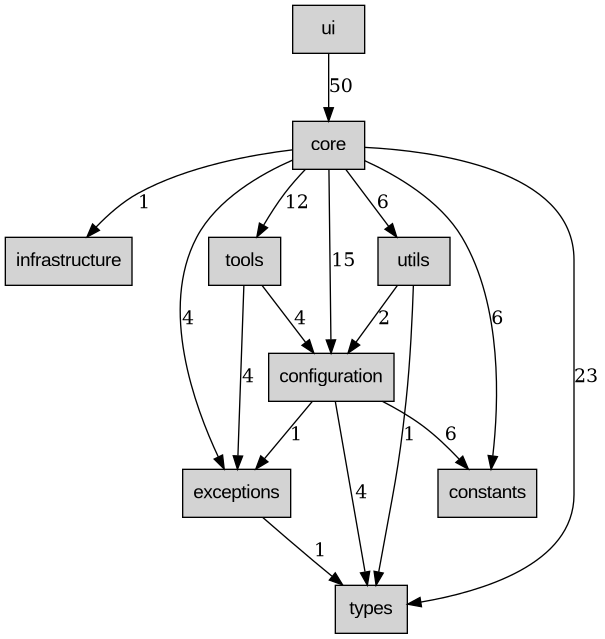
Before: docs/architecture/dependencies/DEPENDENCY_LAYERS.png, a diagram exported from Graphviz (ryumacodes/tunacode). Its source is kept beside it as docs/architecture/dependencies/DEPENDENCY_LAYERS.dot. The source it was exported from:
```dot
digraph tunacode_layers {
  rankdir=TB;
  node [shape=box, style=filled, fontname=Arial];

  ui [label="ui"];
  core [label="core"];
  infrastructure [label="infrastructure"];
  tools [label="tools"];
  utils [label="utils"];
  configuration [label="configuration"];
  constants [label="constants"];
  exceptions [label="exceptions"];
  types [label="types"];

  configuration -> constants [label="6"];
  configuration -> exceptions [label="1"];
  configuration -> types [label="4"];
  core -> configuration [label="15"];
  core -> constants [label="6"];
  core -> exceptions [label="4"];
  core -> infrastructure [label="1"];
  core -> tools [label="12"];
  core -> types [label="23"];
  core -> utils [label="6"];
  exceptions -> types [label="1"];
  tools -> configuration [label="4"];
  tools -> exceptions [label="4"];
  ui -> core [label="50"];
  utils -> configuration [label="2"];
  utils -> types [label="1"];
}
```
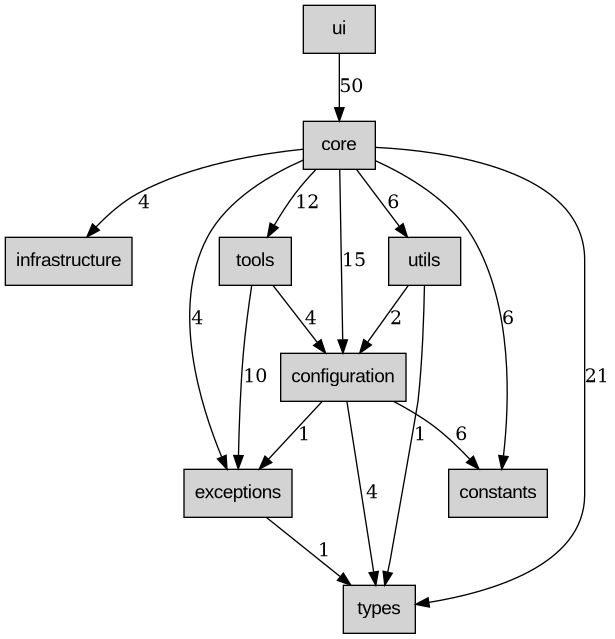
After the change.

Commit message:
docs: update changelog with PRs #322, #323, #325, #332 and regenerate dependency maps

Change to the diagram source:
```diff
@@ -18,13 +18,13 @@
   core -> configuration [label="15"];
   core -> constants [label="6"];
   core -> exceptions [label="4"];
-  core -> infrastructure [label="1"];
+  core -> infrastructure [label="4"];
   core -> tools [label="12"];
-  core -> types [label="23"];
+  core -> types [label="21"];
   core -> utils [label="6"];
   exceptions -> types [label="1"];
   tools -> configuration [label="4"];
-  tools -> exceptions [label="4"];
+  tools -> exceptions [label="10"];
   ui -> core [label="50"];
   utils -> configuration [label="2"];
   utils -> types [label="1"];
```
